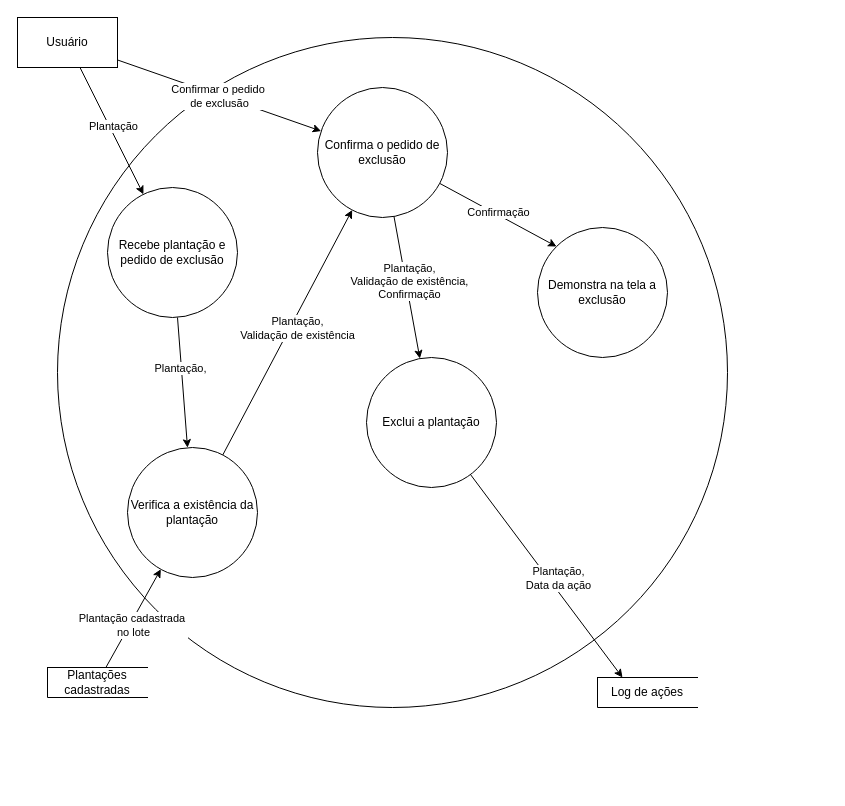
This is page "Usuario Exclui Plantação" (4 of 6) of documentacao/Diagramas/Ações do Usuário.drawio from Nebul0Ok/SeuPaulo, a draw.io file, before an edit. Source tidied: cells renumbered, new cells numbered last; positions are measured from the earlier drawing's top-left corner, leaving out a move shared by most shapes. Both pictures are drawn from the tidied source at 100%, with x=0, y=0 at pixel (17, 17).
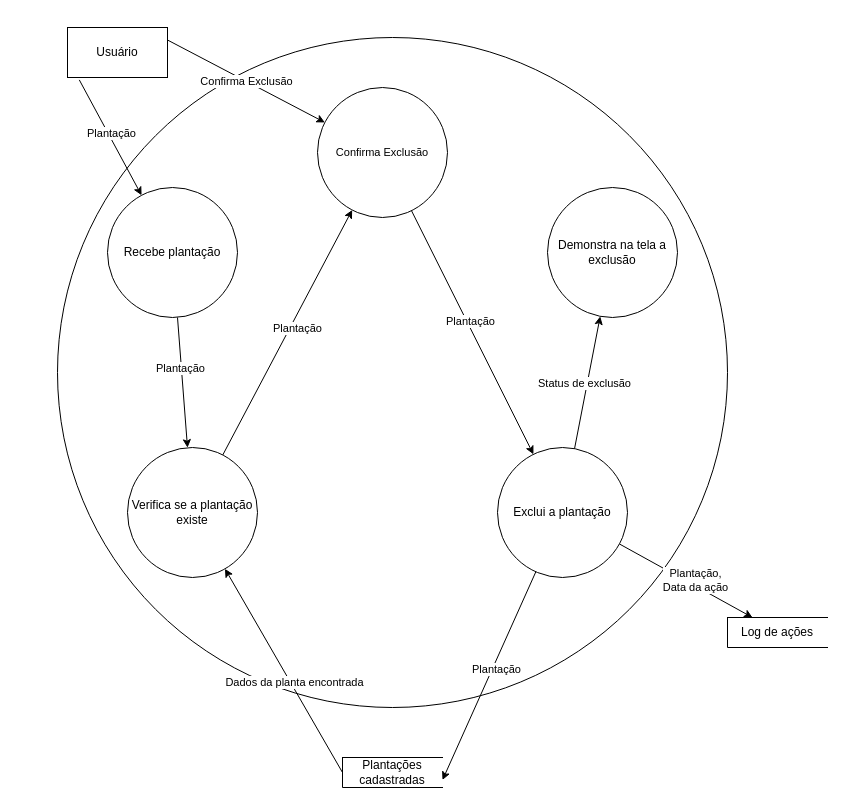
After the change.

Unchanged cells that the change refers to:
```xml
<mxCell id="4" style="edgeStyle=none;rounded=0;jettySize=auto;html=1;" parent="1" edge="1" source="6" target="9">
  <mxGeometry relative="1" as="geometry" />
</mxCell>
<mxCell id="7" style="edgeStyle=none;rounded=0;jettySize=auto;html=1;" parent="1" edge="1" source="9" target="14">
  <mxGeometry relative="1" as="geometry" />
</mxCell>
<mxCell id="10" style="edgeStyle=none;rounded=0;jettySize=auto;html=1;" parent="1" edge="1" source="14" target="17">
  <mxGeometry relative="1" as="geometry" />
</mxCell>
<mxCell id="15" style="edgeStyle=none;rounded=0;jettySize=auto;html=1;entryX=0.25;entryY=0;entryDx=0;entryDy=0;" parent="1" edge="1" source="17" target="23">
  <mxGeometry relative="1" as="geometry" />
</mxCell>
```

The edit, as a diff of the source:
```diff
@@
     <mxCell id="2" value="Usuário" style="html=1;dashed=0;whiteSpace=wrap;" parent="1" vertex="1">
-      <mxGeometry width="100" height="50" as="geometry" />
+      <mxGeometry x="50" y="10" width="100" height="50" as="geometry" />
     </mxCell>
@@
-    <mxCell id="5" value="Plantação," style="edgeLabel;html=1;align=center;verticalAlign=middle;" parent="4" vertex="1">
+    <mxCell id="5" value="Plantação" style="edgeLabel;html=1;align=center;verticalAlign=middle;" parent="4" vertex="1">
       <mxGeometry x="-0.22" y="-1" relative="1" as="geometry" />
     </mxCell>
-    <mxCell id="6" value="Recebe plantação e pedido de exclusão" style="shape=ellipse;html=1;dashed=0;whiteSpace=wrap;perimeter=ellipsePerimeter;" parent="1" vertex="1">
+    <mxCell id="6" value="Recebe plantação" style="shape=ellipse;html=1;dashed=0;whiteSpace=wrap;perimeter=ellipsePerimeter;" parent="1" vertex="1">
       <mxGeometry x="90" y="170" width="130" height="130" as="geometry" />
     </mxCell>
@@
-    <mxCell id="8" value="Plantação,&lt;div&gt;Validação de existência&lt;/div&gt;" style="edgeLabel;html=1;align=center;verticalAlign=middle;" parent="7" vertex="1">
+    <mxCell id="8" value="Plantação" style="edgeLabel;html=1;align=center;verticalAlign=middle;" parent="7" vertex="1">
       <mxGeometry x="-0.16" y="-4" relative="1" as="geometry">
         <mxPoint x="17" y="-26" as="offset" />
       </mxGeometry>
     </mxCell>
-    <mxCell id="9" value="Verifica a existência da plantação" style="shape=ellipse;html=1;dashed=0;whiteSpace=wrap;perimeter=ellipsePerimeter;" parent="1" vertex="1">
+    <mxCell id="9" value="Verifica se a plantação existe" style="shape=ellipse;html=1;dashed=0;whiteSpace=wrap;perimeter=ellipsePerimeter;" parent="1" vertex="1">
       <mxGeometry x="110" y="430" width="130" height="130" as="geometry" />
     </mxCell>
@@
-    <mxCell id="11" value="Plantação,&lt;div&gt;Validação de existência,&lt;/div&gt;&lt;div&gt;Confirmação&lt;/div&gt;" style="edgeLabel;html=1;align=center;verticalAlign=middle;" parent="10" vertex="1">
+    <mxCell id="11" value="Plantação" style="edgeLabel;html=1;align=center;verticalAlign=middle;" parent="10" vertex="1">
       <mxGeometry x="-0.08" y="3" relative="1" as="geometry" />
     </mxCell>
-    <mxCell id="12" style="edgeStyle=none;rounded=0;jettySize=auto;html=1;entryX=0;entryY=0;entryDx=0;entryDy=0;" parent="1" edge="1" source="14" target="18">
+    <mxCell id="12" style="edgeStyle=none;rounded=0;jettySize=auto;html=1;" parent="1" edge="1" source="17" target="18">
       <mxGeometry relative="1" as="geometry" />
     </mxCell>
-    <mxCell id="13" value="Confirmação" style="edgeLabel;html=1;align=center;verticalAlign=middle;" parent="12" vertex="1">
+    <mxCell id="13" value="Status de exclusão" style="edgeLabel;html=1;align=center;verticalAlign=middle;" parent="12" vertex="1">
       <mxGeometry x="-0.02" y="3" relative="1" as="geometry" />
     </mxCell>
-    <mxCell id="14" value="Confirma o pedido de exclusão" style="shape=ellipse;html=1;dashed=0;whiteSpace=wrap;perimeter=ellipsePerimeter;" parent="1" vertex="1">
+    <mxCell id="14" value="&lt;span style=&quot;font-size: 11px; text-wrap-mode: nowrap; background-color: rgb(255, 255, 255);&quot;&gt;Confirma Exclusão&lt;/span&gt;" style="shape=ellipse;html=1;dashed=0;whiteSpace=wrap;perimeter=ellipsePerimeter;" parent="1" vertex="1">
       <mxGeometry x="300" y="70" width="130" height="130" as="geometry" />
     </mxCell>
@@
     <mxCell id="16" value="Plantação,&lt;div&gt;Data da ação&lt;/div&gt;" style="edgeLabel;html=1;align=center;verticalAlign=middle;" parent="15" vertex="1">
       <mxGeometry x="-0.26" y="-4" relative="1" as="geometry">
-        <mxPoint x="34" y="26" as="offset" />
+        <mxPoint x="29" y="5" as="offset" />
       </mxGeometry>
     </mxCell>
     <mxCell id="17" value="Exclui a plantação" style="shape=ellipse;html=1;dashed=0;whiteSpace=wrap;perimeter=ellipsePerimeter;" parent="1" vertex="1">
-      <mxGeometry x="349" y="340" width="130" height="130" as="geometry" />
+      <mxGeometry x="480" y="430" width="130" height="130" as="geometry" />
     </mxCell>
     <mxCell id="18" value="Demonstra na tela a exclusão" style="shape=ellipse;html=1;dashed=0;whiteSpace=wrap;perimeter=ellipsePerimeter;" parent="1" vertex="1">
-      <mxGeometry x="520" y="210" width="130" height="130" as="geometry" />
+      <mxGeometry x="530" y="170" width="130" height="130" as="geometry" />
     </mxCell>
-    <mxCell id="19" style="edgeStyle=none;rounded=0;jettySize=auto;html=1;" parent="1" edge="1" source="2" target="6">
+    <mxCell id="19" style="edgeStyle=none;rounded=0;jettySize=auto;html=1;exitX=0.118;exitY=1.048;exitDx=0;exitDy=0;exitPerimeter=0;" parent="1" edge="1" source="2" target="6">
       <mxGeometry relative="1" as="geometry" />
     </mxCell>
@@
-    <mxCell id="21" style="edgeStyle=none;rounded=0;jettySize=auto;html=1;" parent="1" edge="1" source="2" target="14">
+    <mxCell id="21" style="edgeStyle=none;rounded=0;jettySize=auto;html=1;exitX=1;exitY=0.25;exitDx=0;exitDy=0;" parent="1" edge="1" source="2" target="14">
       <mxGeometry relative="1" as="geometry" />
     </mxCell>
-    <mxCell id="22" value="Confirmar o pedido&amp;nbsp;&lt;div&gt;de exclusão&lt;/div&gt;" style="edgeLabel;html=1;align=center;verticalAlign=middle;" parent="21" vertex="1">
+    <mxCell id="22" value="Confirma Exclusão" style="edgeLabel;html=1;align=center;verticalAlign=middle;" parent="21" vertex="1">
       <mxGeometry relative="1" as="geometry" />
     </mxCell>
     <mxCell id="23" value="Log de ações" style="html=1;dashed=0;whiteSpace=wrap;shape=partialRectangle;right=0;" parent="1" vertex="1">
-      <mxGeometry x="580" y="660" width="100" height="30" as="geometry" />
+      <mxGeometry x="710" y="600" width="100" height="30" as="geometry" />
     </mxCell>
-    <mxCell id="24" style="edgeStyle=none;rounded=0;jettySize=auto;html=1;" parent="1" edge="1" source="26" target="9">
+    <mxCell id="24" style="edgeStyle=none;rounded=0;jettySize=auto;html=1;exitX=0;exitY=0.5;exitDx=0;exitDy=0;" parent="1" edge="1" source="26" target="9">
       <mxGeometry relative="1" as="geometry" />
     </mxCell>
-    <mxCell id="25" value="Plantação cadastrada&amp;nbsp;&lt;div&gt;no lote&lt;/div&gt;" style="edgeLabel;html=1;align=center;verticalAlign=middle;" parent="24" vertex="1">
+    <mxCell id="25" value="Dados da planta encontrada" style="edgeLabel;html=1;align=center;verticalAlign=middle;" parent="24" vertex="1">
       <mxGeometry x="-0.12" y="-3" relative="1" as="geometry" />
     </mxCell>
     <mxCell id="26" value="Plantações cadastradas" style="html=1;dashed=0;whiteSpace=wrap;shape=partialRectangle;right=0;" parent="1" vertex="1">
-      <mxGeometry x="30" y="650" width="100" height="30" as="geometry" />
+      <mxGeometry x="325" y="740" width="100" height="30" as="geometry" />
     </mxCell>
+    <mxCell id="27" style="edgeStyle=none;rounded=0;jettySize=auto;html=1;entryX=1;entryY=0.75;entryDx=0;entryDy=0;" parent="1" edge="1" source="17" target="26">
+      <mxGeometry relative="1" as="geometry" />
+    </mxCell>
+    <mxCell id="28" value="Plantação" style="edgeLabel;html=1;align=center;verticalAlign=middle;" parent="27" vertex="1">
+      <mxGeometry x="-0.08" y="3" relative="1" as="geometry" />
+    </mxCell>
```
